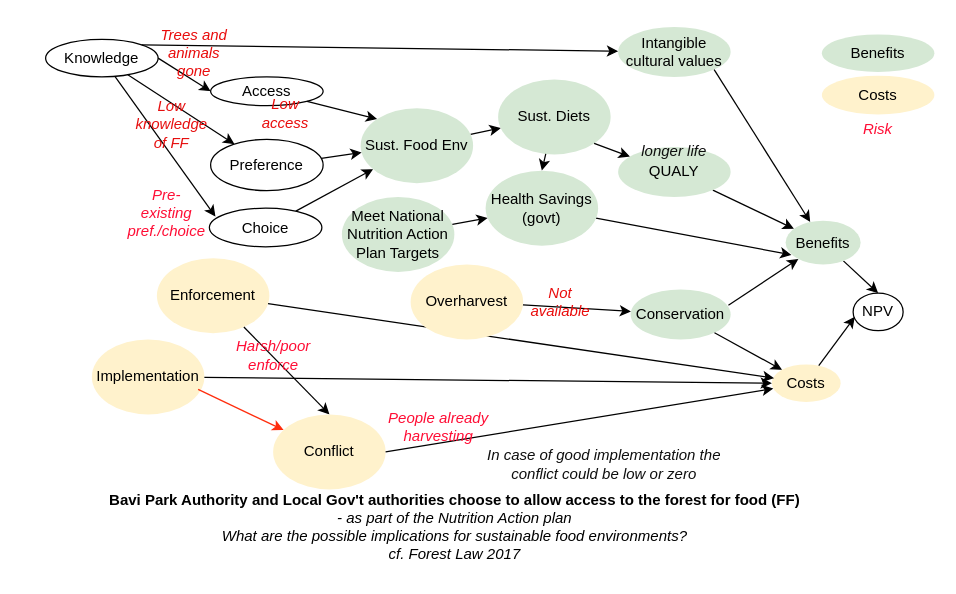
This is Untitled Diagram.drawio from CWWhitney/bavi-forest-access, a draw.io file, before an edit. Source tidied: cells renumbered, new cells numbered last; positions are measured from the earlier drawing's top-left corner, leaving out a move shared by most shapes. Both pictures are drawn from the tidied source at 125%, with x=0, y=0 at pixel (45, 26).
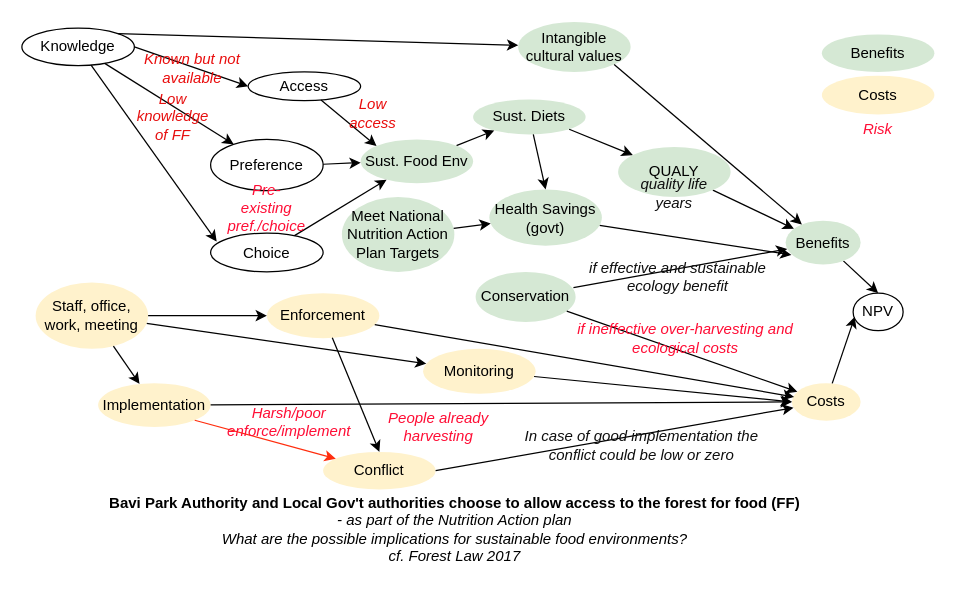
After the change.

What changed in the source:
```diff
@@
     <mxCell id="2" value="Conservation" style="ellipse;whiteSpace=wrap;html=1;fillColor=#d5e8d4;strokeColor=none;" parent="1" vertex="1">
-      <mxGeometry x="468" y="210" width="80" height="40" as="geometry" />
+      <mxGeometry x="344" y="196" width="80" height="40" as="geometry" />
     </mxCell>
@@
     <mxCell id="4" value="Sust. Diets" style="ellipse;whiteSpace=wrap;html=1;fillColor=#d5e8d4;strokeColor=none;" parent="1" vertex="1">
-      <mxGeometry x="362" y="42" width="90" height="60" as="geometry" />
+      <mxGeometry x="342" y="58" width="90" height="28" as="geometry" />
     </mxCell>
@@
     <mxCell id="6" value="Sust. Food Env" style="ellipse;whiteSpace=wrap;html=1;fillColor=#d5e8d4;strokeColor=none;" parent="1" vertex="1">
-      <mxGeometry x="252" y="65" width="90" height="60" as="geometry" />
+      <mxGeometry x="252" y="90" width="90" height="35" as="geometry" />
     </mxCell>
@@
     <mxCell id="10" value="Health Savings (govt)" style="ellipse;whiteSpace=wrap;html=1;fillColor=#d5e8d4;strokeColor=none;" parent="1" vertex="1">
-      <mxGeometry x="352" y="115" width="90" height="60" as="geometry" />
+      <mxGeometry x="355" y="130" width="90" height="45" as="geometry" />
     </mxCell>
@@
     <mxCell id="12" value="Access" style="ellipse;whiteSpace=wrap;html=1;" parent="1" vertex="1">
-      <mxGeometry x="132" y="40" width="90" height="23" as="geometry" />
+      <mxGeometry x="162" y="36" width="90" height="23" as="geometry" />
     </mxCell>
     <mxCell id="13" value="Choice" style="ellipse;whiteSpace=wrap;html=1;" parent="1" vertex="1">
-      <mxGeometry x="131" y="145" width="90" height="31" as="geometry" />
+      <mxGeometry x="132" y="165" width="90" height="31" as="geometry" />
     </mxCell>
     <mxCell id="14" value="Knowledge" style="ellipse;whiteSpace=wrap;html=1;" parent="1" vertex="1">
-      <mxGeometry y="10" width="90" height="30" as="geometry" />
+      <mxGeometry x="-19" y="1" width="90" height="30" as="geometry" />
     </mxCell>
@@
     <mxCell id="16" value="Costs" style="ellipse;whiteSpace=wrap;html=1;fillColor=#fff2cc;strokeColor=none;" parent="1" vertex="1">
-      <mxGeometry x="581" y="270" width="55" height="30" as="geometry" />
+      <mxGeometry x="597" y="285" width="55" height="30" as="geometry" />
     </mxCell>
@@
     <mxCell id="30" value="&lt;b&gt;Bavi Park Authority and Local Gov't authorities choose to allow access to the forest for food (FF) &lt;/b&gt;&lt;br&gt;&lt;i style=&quot;&quot;&gt;- as part of the Nutrition Action plan&lt;/i&gt;&lt;div&gt;&lt;i&gt;What are the possible implications for sustainable food environments?&lt;/i&gt;&lt;/div&gt;&lt;div&gt;&lt;i&gt;cf. Forest Law 2017&lt;/i&gt;&lt;/div&gt;" style="text;html=1;align=center;verticalAlign=middle;strokeColor=none;fillColor=none;" parent="1" vertex="1">
-      <mxGeometry x="37" y="365" width="580" height="70" as="geometry" />
+      <mxGeometry x="37" y="367" width="580" height="70" as="geometry" />
     </mxCell>
     <mxCell id="31" value="Low knowledge of FF" style="text;html=1;align=center;verticalAlign=middle;whiteSpace=wrap;rounded=0;fontStyle=2;fontColor=#e60f0f;" parent="1" vertex="1">
-      <mxGeometry x="71" y="58" width="60" height="40" as="geometry" />
+      <mxGeometry x="72" y="52" width="60" height="40" as="geometry" />
     </mxCell>
     <mxCell id="32" value="Low access" style="text;html=1;align=center;verticalAlign=middle;whiteSpace=wrap;rounded=0;fontFamily=Helvetica;fontSize=12;fontStyle=2;fontColor=#e90c0c;" parent="1" vertex="1">
-      <mxGeometry x="162" y="58" width="60" height="22" as="geometry" />
+      <mxGeometry x="232" y="58" width="60" height="22" as="geometry" />
     </mxCell>
     <mxCell id="33" value="Pre-existing pref./choice" style="text;html=1;align=center;verticalAlign=middle;whiteSpace=wrap;rounded=0;fontColor=#FF0D35;fontStyle=2;" parent="1" vertex="1">
-      <mxGeometry x="67" y="129" width="60" height="40" as="geometry" />
+      <mxGeometry x="147" y="125" width="60" height="40" as="geometry" />
     </mxCell>
     <mxCell id="34" value="Intangible cultural values" style="ellipse;whiteSpace=wrap;html=1;fillColor=#d5e8d4;strokeColor=none;" parent="1" vertex="1">
-      <mxGeometry x="458" width="90" height="40" as="geometry" />
+      <mxGeometry x="378" y="-4" width="90" height="40" as="geometry" />
     </mxCell>
@@
     <mxCell id="38" value="Conflict" style="ellipse;whiteSpace=wrap;html=1;fillColor=#fff2cc;strokeColor=none;" parent="1" vertex="1">
-      <mxGeometry x="182" y="310" width="90" height="60" as="geometry" />
+      <mxGeometry x="222" y="340" width="90" height="30" as="geometry" />
     </mxCell>
@@
     <mxCell id="40" value="Enforcement" style="ellipse;whiteSpace=wrap;html=1;fillColor=#fff2cc;strokeColor=none;" parent="1" vertex="1">
-      <mxGeometry x="89" y="185" width="90" height="60" as="geometry" />
+      <mxGeometry x="177" y="213" width="90" height="36" as="geometry" />
     </mxCell>
@@
     <mxCell id="42" value="Implementation" style="ellipse;whiteSpace=wrap;html=1;fillColor=#fff2cc;strokeColor=none;" parent="1" vertex="1">
-      <mxGeometry x="37" y="250" width="90" height="60" as="geometry" />
+      <mxGeometry x="42" y="285" width="90" height="35" as="geometry" />
     </mxCell>
@@
-    <mxCell id="44" value="Overharvest" style="ellipse;whiteSpace=wrap;html=1;fillColor=#fff2cc;strokeColor=none;" parent="1" vertex="1">
-      <mxGeometry x="292" y="190" width="90" height="60" as="geometry" />
-    </mxCell>
-    <mxCell id="45" style="rounded=0;jettySize=auto;html=1;" parent="1" edge="1" source="44" target="2">
-      <mxGeometry relative="1" as="geometry" />
-    </mxCell>
@@
-    <mxCell id="47" style="rounded=0;jettySize=auto;html=1;strokeColor=#FF2D0D;" parent="1" edge="1" target="38">
-      <mxGeometry relative="1" as="geometry">
-        <mxPoint x="122" y="290" as="sourcePoint" />
-      </mxGeometry>
+    <mxCell id="47" style="rounded=0;jettySize=auto;html=1;strokeColor=#FF2D0D;exitX=1;exitY=1;exitDx=0;exitDy=0;" parent="1" edge="1" source="42" target="38">
+      <mxGeometry relative="1" as="geometry" />
     </mxCell>
@@
-    <mxCell id="52" value="Harsh/poor&lt;div&gt;enforce&lt;/div&gt;" style="text;html=1;align=center;verticalAlign=middle;whiteSpace=wrap;rounded=0;fontColor=#FF0D35;fontStyle=2;" parent="1" vertex="1">
-      <mxGeometry x="126.5" y="243" width="111" height="40" as="geometry" />
+    <mxCell id="52" value="Harsh/poor&lt;div&gt;enforce/implement&lt;/div&gt;" style="text;html=1;align=center;verticalAlign=middle;whiteSpace=wrap;rounded=0;fontColor=#FF0D35;fontStyle=2;" parent="1" vertex="1">
+      <mxGeometry x="151.5" y="296" width="85.5" height="40" as="geometry" />
     </mxCell>
-    <mxCell id="53" value="Trees and animals gone" style="text;html=1;align=center;verticalAlign=middle;whiteSpace=wrap;rounded=0;fontFamily=Helvetica;fontSize=12;fontStyle=2;fontColor=#e90c0c;" parent="1" vertex="1">
-      <mxGeometry x="89" y="10" width="60" height="22" as="geometry" />
-    </mxCell>
-    <mxCell id="54" value="Not available" style="text;html=1;align=center;verticalAlign=middle;whiteSpace=wrap;rounded=0;fontFamily=Helvetica;fontSize=12;fontStyle=2;fontColor=#e90c0c;" parent="1" vertex="1">
-      <mxGeometry x="382" y="209" width="60" height="22" as="geometry" />
+    <mxCell id="54" value="&lt;div&gt;Known but not available&lt;/div&gt;" style="text;html=1;align=center;verticalAlign=middle;whiteSpace=wrap;rounded=0;fontFamily=Helvetica;fontSize=12;fontStyle=2;fontColor=#e90c0c;" parent="1" vertex="1">
+      <mxGeometry x="69.5" y="22" width="94.5" height="22" as="geometry" />
     </mxCell>
     <mxCell id="55" value="&lt;font color=&quot;#0f0f0f&quot;&gt;In case of good implementation the conflict could be low or zero&lt;/font&gt;" style="text;html=1;align=center;verticalAlign=middle;whiteSpace=wrap;rounded=0;fontColor=#FF0D35;fontStyle=2;" parent="1" vertex="1">
-      <mxGeometry x="352" y="330" width="190" height="40" as="geometry" />
+      <mxGeometry x="382" y="315" width="190" height="40" as="geometry" />
     </mxCell>
-    <mxCell id="56" value="&lt;font color=&quot;#0f0f0f&quot;&gt;longer life&lt;/font&gt;" style="text;html=1;align=center;verticalAlign=middle;whiteSpace=wrap;rounded=0;fontColor=#FF0D35;fontStyle=2;" parent="1" vertex="1">
-      <mxGeometry x="468" y="80" width="70" height="40" as="geometry" />
+    <mxCell id="56" value="&lt;font color=&quot;#0f0f0f&quot;&gt;quality life years&lt;/font&gt;" style="text;html=1;align=center;verticalAlign=middle;whiteSpace=wrap;rounded=0;fontColor=#FF0D35;fontStyle=2;" parent="1" vertex="1">
+      <mxGeometry x="468" y="113" width="70" height="40" as="geometry" />
     </mxCell>
+    <mxCell id="57" style="rounded=0;jettySize=auto;html=1;" parent="1" edge="1" source="58" target="61">
+      <mxGeometry relative="1" as="geometry" />
+    </mxCell>
+    <mxCell id="58" value="Staff, office, work, meeting" style="ellipse;whiteSpace=wrap;html=1;fillColor=#fff2cc;strokeColor=none;" parent="1" vertex="1">
+      <mxGeometry x="-8" y="204.5" width="90" height="53" as="geometry" />
+    </mxCell>
+    <mxCell id="59" style="rounded=0;jettySize=auto;html=1;" parent="1" edge="1" source="58" target="40">
+      <mxGeometry relative="1" as="geometry" />
+    </mxCell>
+    <mxCell id="60" style="rounded=0;jettySize=auto;html=1;" parent="1" edge="1" source="58" target="42">
+      <mxGeometry relative="1" as="geometry" />
+    </mxCell>
+    <mxCell id="61" value="Monitoring" style="ellipse;whiteSpace=wrap;html=1;fillColor=#fff2cc;strokeColor=none;" parent="1" vertex="1">
+      <mxGeometry x="302" y="257.5" width="90" height="36" as="geometry" />
+    </mxCell>
+    <mxCell id="62" style="rounded=0;jettySize=auto;html=1;entryX=0;entryY=0.5;entryDx=0;entryDy=0;" parent="1" edge="1" source="61" target="16">
+      <mxGeometry relative="1" as="geometry" />
+    </mxCell>
+    <mxCell id="63" value="&lt;font color=&quot;#0f0f0f&quot;&gt;if effective and sustainable ecology benefit&lt;/font&gt;" style="text;html=1;align=center;verticalAlign=middle;whiteSpace=wrap;rounded=0;fontColor=#FF0D35;fontStyle=2;" parent="1" vertex="1">
+      <mxGeometry x="430" y="180" width="152" height="40" as="geometry" />
+    </mxCell>
+    <mxCell id="64" value="if ineffective over-harvesting and ecological costs" style="text;html=1;align=center;verticalAlign=middle;whiteSpace=wrap;rounded=0;fontColor=#FF0D35;fontStyle=2;" parent="1" vertex="1">
+      <mxGeometry x="422" y="229" width="180" height="40" as="geometry" />
+    </mxCell>
```
